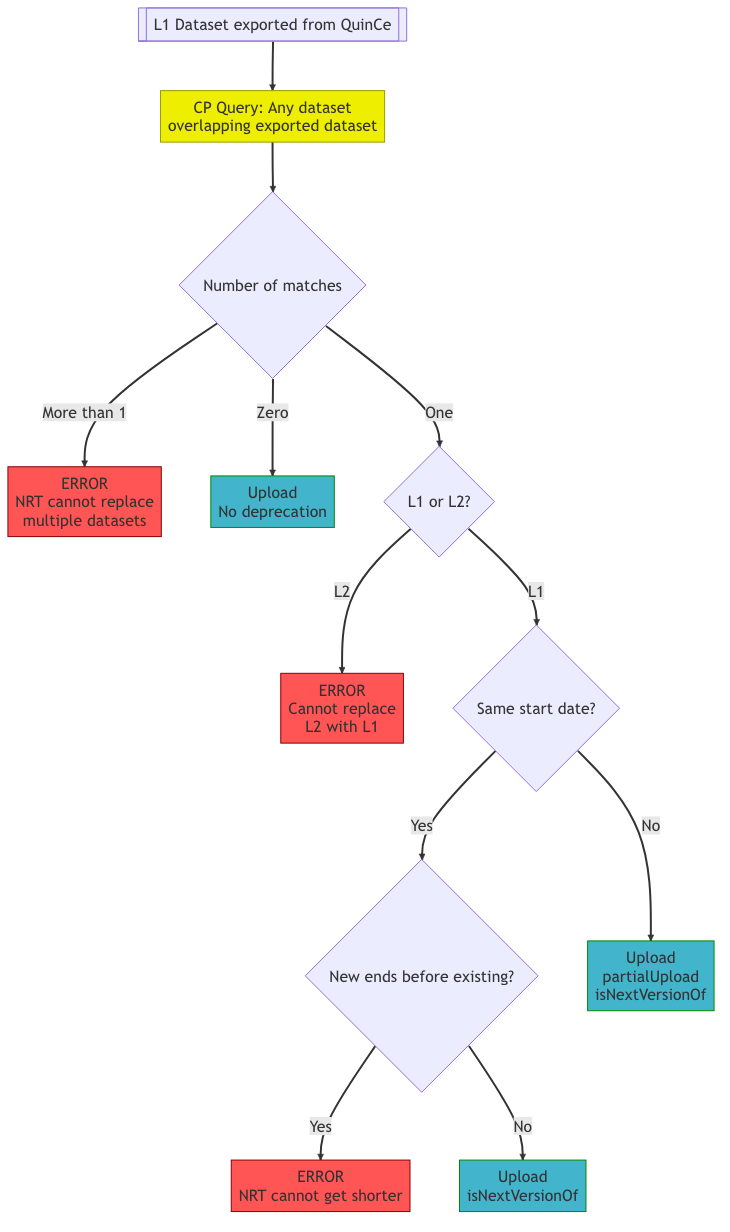
quince-science/QuinCe keeps this Mermaid diagram as Documentation/Design/ExportScripts/CarbonPortal/L1_flowchart.png. Above is the earlier version. Its source is kept beside it as Documentation/Design/ExportScripts/CarbonPortal/L1_flowchart.mermaid.
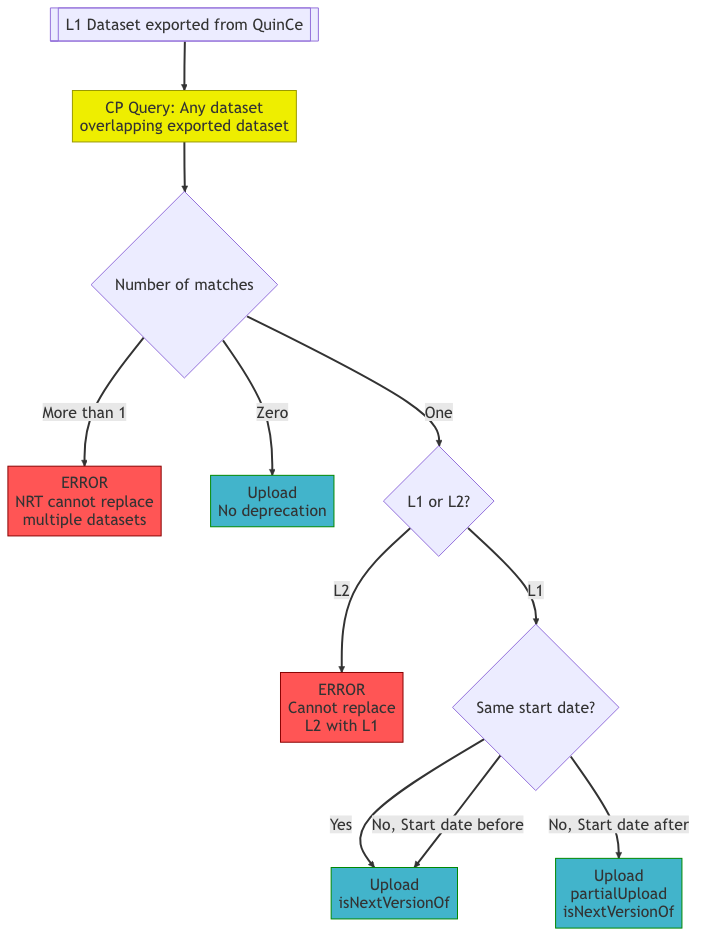
Later version of the same file.

Diff of the diagram source:
```diff
@@ -7,8 +7,6 @@
   l1_l2{L1 or L2?}
   error2[ERROR<br>Cannot replace<br>L2 with L1]:::error
   same_start{Same start date?}
-  ends_before{New ends before existing?}
-  error3[ERROR<br>NRT cannot get shorter]:::error
   upload_nextver[Upload<br>isNextVersionOf]:::upload
   upload_partial[Upload<br>partialUpload<br>isNextVersionOf]:::upload
 
@@ -21,10 +19,9 @@
   existing_count-->|One|l1_l2
   l1_l2-->|L1|same_start
   l1_l2-->|L2|error2
-  same_start-->|Yes|ends_before
-  ends_before-->|Yes|error3
-  ends_before-->|No|upload_nextver
-  same_start-->|No|upload_partial
+  same_start-->|Yes|upload_nextver
+  same_start-->|No, Start date before|upload_nextver
+  same_start-->|No, Start date after|upload_partial
 
   classDef upload fill:#42b4cb,stroke:#080
   classDef error fill:#f55,stroke:#800
```
